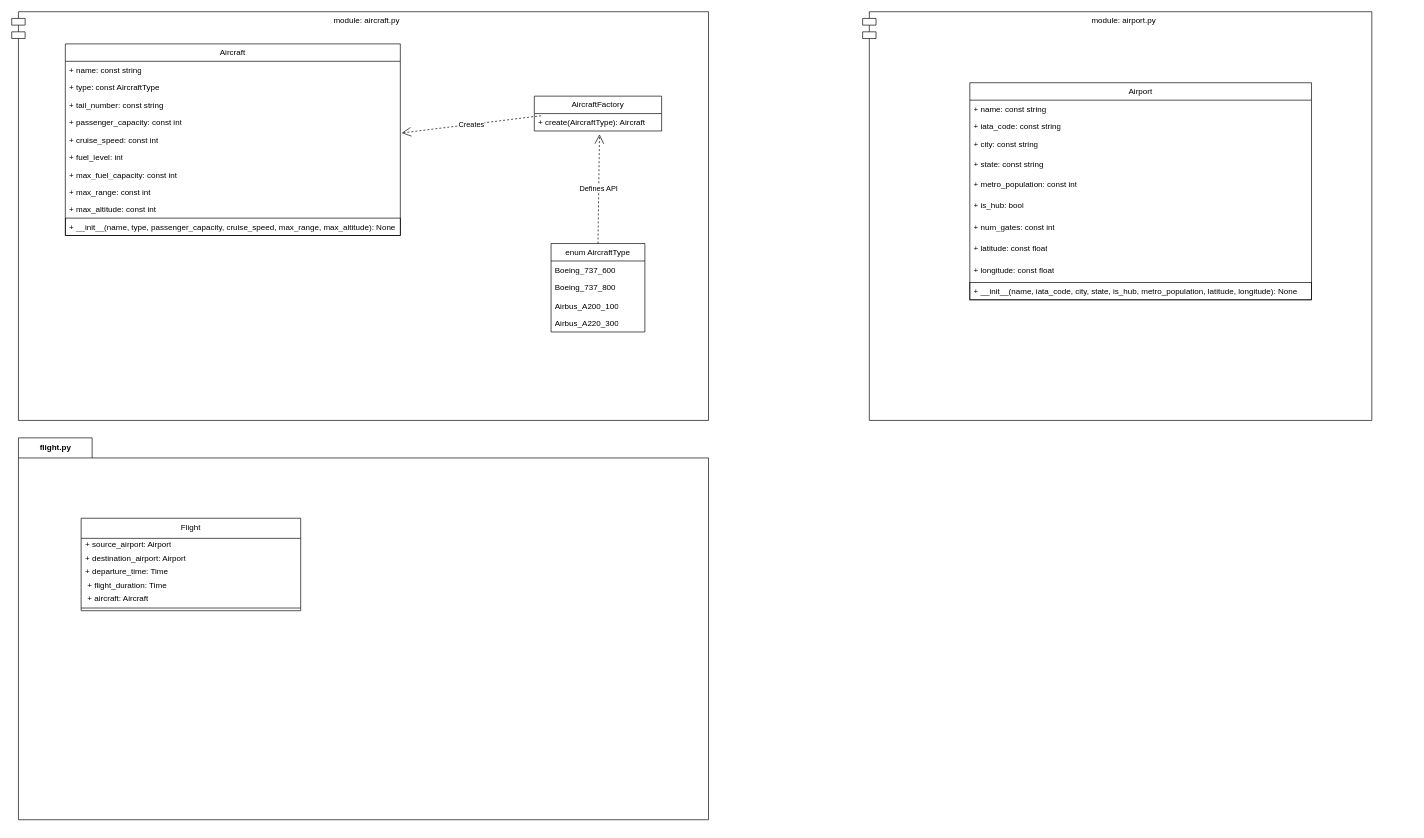
Above: docs/diagrams/classes.drawio in CoreyMLawrence/Comfort-Airlines (draw.io), before the change. Source tidied: cells renumbered, new cells numbered last; positions are measured from the earlier drawing's top-left corner, leaving out a move shared by most shapes. Both pictures are drawn from the tidied source at 67%, with x=0, y=0 at pixel (11, 11).
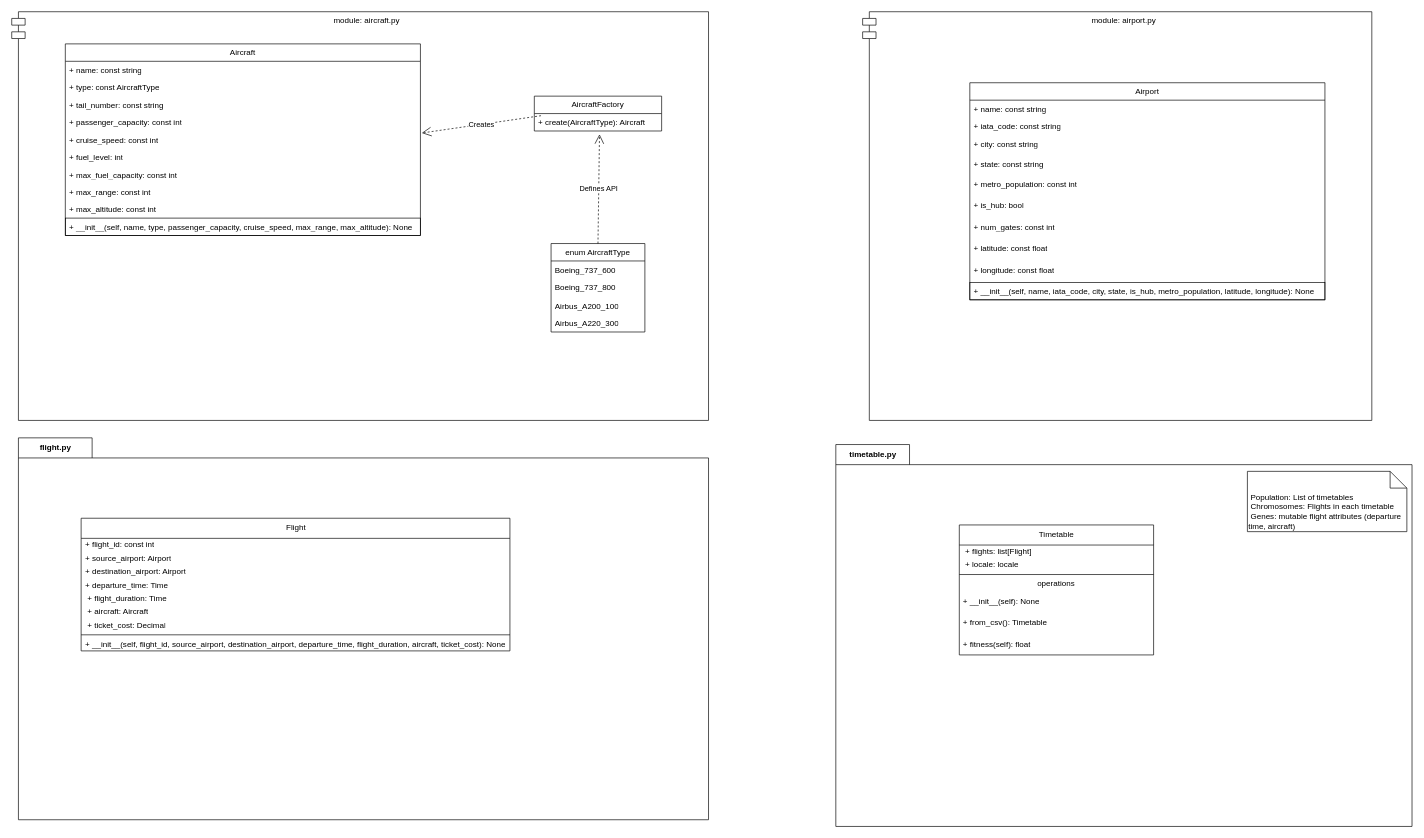
Above is the later version.

The change refers to these unchanged cells:
```xml
<mxCell id="35" value="flight.py" style="shape=folder;fontStyle=1;tabWidth=110;tabHeight=30;tabPosition=left;html=1;boundedLbl=1;labelInHeader=1;" parent="1" vertex="1">
  <mxGeometry x="10" y="636" width="1030" height="570" as="geometry" />
</mxCell>
```

What changed in the source:
```diff
@@
     <mxCell id="4" value="Aircraft" style="swimlane;fontStyle=0;horizontal=1;startSize=26;fillColor=none;whiteSpace=wrap;html=1;" parent="1" vertex="1">
-      <mxGeometry x="80" y="48" width="500" height="286" as="geometry" />
+      <mxGeometry x="80" y="48" width="530" height="286" as="geometry" />
     </mxCell>
     <mxCell id="5" value="+ name: const string" style="text;strokeColor=none;fillColor=none;align=left;verticalAlign=top;spacingLeft=4;spacingRight=4;overflow=hidden;whiteSpace=wrap;html=1;" parent="4" vertex="1">
-      <mxGeometry y="26" width="500" height="26" as="geometry" />
+      <mxGeometry y="26" width="530" height="26" as="geometry" />
     </mxCell>
     <mxCell id="6" value="+ type: const AircraftType" style="text;strokeColor=none;fillColor=none;align=left;verticalAlign=top;spacingLeft=4;spacingRight=4;overflow=hidden;whiteSpace=wrap;html=1;" parent="4" vertex="1">
-      <mxGeometry y="52" width="500" height="26" as="geometry" />
+      <mxGeometry y="52" width="530" height="26" as="geometry" />
     </mxCell>
     <mxCell id="7" value="+ tail_number: const string" style="text;strokeColor=none;fillColor=none;align=left;verticalAlign=top;spacingLeft=4;spacingRight=4;overflow=hidden;whiteSpace=wrap;html=1;" parent="4" vertex="1">
-      <mxGeometry y="78" width="500" height="26" as="geometry" />
+      <mxGeometry y="78" width="530" height="26" as="geometry" />
     </mxCell>
     <mxCell id="8" value="+ passenger_capacity: const int" style="text;strokeColor=none;fillColor=none;align=left;verticalAlign=top;spacingLeft=4;spacingRight=4;overflow=hidden;whiteSpace=wrap;html=1;" parent="4" vertex="1">
-      <mxGeometry y="104" width="500" height="26" as="geometry" />
+      <mxGeometry y="104" width="530" height="26" as="geometry" />
     </mxCell>
     <mxCell id="9" value="+ cruise_speed: const int" style="text;strokeColor=none;fillColor=none;align=left;verticalAlign=top;spacingLeft=4;spacingRight=4;overflow=hidden;points=[[0,0.5],[1,0.5]];portConstraint=eastwest;whiteSpace=wrap;html=1;" parent="4" vertex="1">
-      <mxGeometry y="130" width="500" height="26" as="geometry" />
+      <mxGeometry y="130" width="530" height="26" as="geometry" />
     </mxCell>
     <mxCell id="10" value="+ fuel_level: int" style="text;strokeColor=none;fillColor=none;align=left;verticalAlign=top;spacingLeft=4;spacingRight=4;overflow=hidden;whiteSpace=wrap;html=1;" parent="4" vertex="1">
-      <mxGeometry y="156" width="500" height="26" as="geometry" />
+      <mxGeometry y="156" width="530" height="26" as="geometry" />
     </mxCell>
     <mxCell id="11" value="+ max_fuel_capacity: const int" style="text;strokeColor=none;fillColor=none;align=left;verticalAlign=top;spacingLeft=4;spacingRight=4;overflow=hidden;whiteSpace=wrap;html=1;" parent="4" vertex="1">
-      <mxGeometry y="182" width="500" height="26" as="geometry" />
+      <mxGeometry y="182" width="530" height="26" as="geometry" />
     </mxCell>
     <mxCell id="12" value="+ max_range: const int" style="text;strokeColor=none;fillColor=none;align=left;verticalAlign=top;spacingLeft=4;spacingRight=4;overflow=hidden;whiteSpace=wrap;html=1;" parent="4" vertex="1">
-      <mxGeometry y="208" width="500" height="26" as="geometry" />
+      <mxGeometry y="208" width="530" height="26" as="geometry" />
     </mxCell>
     <mxCell id="13" value="+ max_altitude: const int" style="text;strokeColor=none;fillColor=none;align=left;verticalAlign=top;spacingLeft=4;spacingRight=4;overflow=hidden;whiteSpace=wrap;html=1;" parent="4" vertex="1">
-      <mxGeometry y="234" width="500" height="26" as="geometry" />
+      <mxGeometry y="234" width="530" height="26" as="geometry" />
     </mxCell>
-    <mxCell id="14" value="+ __init__(name, type, passenger_capacity, cruise_speed, max_range, max_altitude): None" style="text;strokeColor=default;fillColor=none;align=left;verticalAlign=top;spacingLeft=4;spacingRight=4;overflow=hidden;whiteSpace=wrap;html=1;" parent="4" vertex="1">
-      <mxGeometry y="260" width="500" height="26" as="geometry" />
+    <mxCell id="14" value="+ __init__(self, name, type, passenger_capacity, cruise_speed, max_range, max_altitude): None" style="text;strokeColor=default;fillColor=none;align=left;verticalAlign=top;spacingLeft=4;spacingRight=4;overflow=hidden;whiteSpace=wrap;html=1;" parent="4" vertex="1">
+      <mxGeometry y="260" width="530" height="26" as="geometry" />
     </mxCell>
     <mxCell id="15" value="Airport" style="swimlane;fontStyle=0;horizontal=1;startSize=26;fillColor=none;whiteSpace=wrap;html=1;" parent="1" vertex="1">
-      <mxGeometry x="1430" y="106" width="510" height="324" as="geometry" />
+      <mxGeometry x="1430" y="106" width="530" height="324" as="geometry" />
     </mxCell>
     <mxCell id="16" value="+ name: const string" style="text;strokeColor=none;fillColor=none;align=left;verticalAlign=top;spacingLeft=4;spacingRight=4;overflow=hidden;whiteSpace=wrap;html=1;" parent="15" vertex="1">
-      <mxGeometry y="26" width="510" height="26" as="geometry" />
+      <mxGeometry y="26" width="530" height="26" as="geometry" />
     </mxCell>
     <mxCell id="17" value="+ iata_code: const string" style="text;strokeColor=none;fillColor=none;align=left;verticalAlign=top;spacingLeft=4;spacingRight=4;overflow=hidden;whiteSpace=wrap;html=1;" parent="15" vertex="1">
-      <mxGeometry y="52" width="510" height="26" as="geometry" />
+      <mxGeometry y="52" width="530" height="26" as="geometry" />
     </mxCell>
     <mxCell id="18" value="+ city: const string" style="text;strokeColor=none;fillColor=none;align=left;verticalAlign=top;spacingLeft=4;spacingRight=4;overflow=hidden;whiteSpace=wrap;html=1;" parent="15" vertex="1">
-      <mxGeometry y="78" width="510" height="30" as="geometry" />
+      <mxGeometry y="78" width="530" height="30" as="geometry" />
     </mxCell>
     <mxCell id="19" value="+ state: const string" style="text;strokeColor=none;fillColor=none;align=left;verticalAlign=top;spacingLeft=4;spacingRight=4;overflow=hidden;whiteSpace=wrap;html=1;" parent="15" vertex="1">
-      <mxGeometry y="108" width="510" height="30" as="geometry" />
+      <mxGeometry y="108" width="530" height="30" as="geometry" />
     </mxCell>
     <mxCell id="20" value="+ metro_population: const int" style="text;strokeColor=none;fillColor=none;align=left;verticalAlign=top;spacingLeft=4;spacingRight=4;overflow=hidden;whiteSpace=wrap;html=1;" parent="15" vertex="1">
-      <mxGeometry y="138" width="510" height="32" as="geometry" />
+      <mxGeometry y="138" width="530" height="32" as="geometry" />
     </mxCell>
     <mxCell id="21" value="+ is_hub: bool" style="text;strokeColor=none;fillColor=none;align=left;verticalAlign=top;spacingLeft=4;spacingRight=4;overflow=hidden;whiteSpace=wrap;html=1;" parent="15" vertex="1">
-      <mxGeometry y="170" width="510" height="32" as="geometry" />
+      <mxGeometry y="170" width="530" height="32" as="geometry" />
     </mxCell>
     <mxCell id="22" value="+ num_gates: const int" style="text;strokeColor=none;fillColor=none;align=left;verticalAlign=top;spacingLeft=4;spacingRight=4;overflow=hidden;whiteSpace=wrap;html=1;" parent="15" vertex="1">
-      <mxGeometry y="202" width="510" height="32" as="geometry" />
+      <mxGeometry y="202" width="530" height="32" as="geometry" />
     </mxCell>
     <mxCell id="23" value="+ latitude: const float" style="text;strokeColor=none;fillColor=none;align=left;verticalAlign=top;spacingLeft=4;spacingRight=4;overflow=hidden;whiteSpace=wrap;html=1;" parent="15" vertex="1">
-      <mxGeometry y="234" width="510" height="32" as="geometry" />
+      <mxGeometry y="234" width="530" height="32" as="geometry" />
     </mxCell>
     <mxCell id="24" value="+ longitude: const float" style="text;strokeColor=none;fillColor=none;align=left;verticalAlign=top;spacingLeft=4;spacingRight=4;overflow=hidden;whiteSpace=wrap;html=1;" parent="15" vertex="1">
-      <mxGeometry y="266" width="510" height="32" as="geometry" />
+      <mxGeometry y="266" width="530" height="32" as="geometry" />
     </mxCell>
-    <mxCell id="25" value="+ __init__(name, iata_code, city, state, is_hub, metro_population, latitude, longitude): None" style="text;strokeColor=default;fillColor=none;align=left;verticalAlign=top;spacingLeft=4;spacingRight=4;overflow=hidden;whiteSpace=wrap;html=1;" parent="15" vertex="1">
-      <mxGeometry y="298" width="510" height="26" as="geometry" />
+    <mxCell id="25" value="+ __init__(self, name, iata_code, city, state, is_hub, metro_population, latitude, longitude): None" style="text;strokeColor=default;fillColor=none;align=left;verticalAlign=top;spacingLeft=4;spacingRight=4;overflow=hidden;whiteSpace=wrap;html=1;" parent="15" vertex="1">
+      <mxGeometry y="298" width="530" height="26" as="geometry" />
     </mxCell>
@@
     <mxCell id="37" value="Flight" style="swimlane;fontStyle=0;align=center;verticalAlign=top;horizontal=1;startSize=30;html=1;" parent="35" vertex="1">
-      <mxGeometry x="93.6" y="120" width="327.7" height="138" as="geometry" />
+      <mxGeometry x="93.6" y="120" width="640" height="198" as="geometry" />
     </mxCell>
+    <mxCell id="44" value="+ flight_id: const int" style="text;html=1;strokeColor=none;fillColor=none;align=left;verticalAlign=middle;spacingLeft=4;spacingRight=4;overflow=hidden;" parent="37" vertex="1">
+      <mxGeometry y="30" width="640" height="20" as="geometry" />
+    </mxCell>
     <mxCell id="38" value="+ source_airport: Airport" style="text;html=1;strokeColor=none;fillColor=none;align=left;verticalAlign=middle;spacingLeft=4;spacingRight=4;overflow=hidden;" parent="37" vertex="1">
-      <mxGeometry y="30" width="327.7" height="20" as="geometry" />
+      <mxGeometry y="50" width="640" height="20" as="geometry" />
     </mxCell>
     <mxCell id="39" value="+ destination_airport: Airport" style="text;html=1;strokeColor=none;fillColor=none;align=left;verticalAlign=middle;spacingLeft=4;spacingRight=4;overflow=hidden;" parent="37" vertex="1">
-      <mxGeometry y="50" width="327.7" height="20" as="geometry" />
+      <mxGeometry y="70" width="640" height="20" as="geometry" />
     </mxCell>
     <mxCell id="40" value="+ departure_time: Time" style="text;html=1;strokeColor=none;fillColor=none;align=left;verticalAlign=middle;spacingLeft=4;spacingRight=4;overflow=hidden;" parent="37" vertex="1">
-      <mxGeometry y="70" width="327.7" height="20" as="geometry" />
+      <mxGeometry y="90" width="640" height="20" as="geometry" />
     </mxCell>
     <mxCell id="41" value="&amp;nbsp;+ flight_duration: Time" style="text;html=1;strokeColor=none;fillColor=none;align=left;verticalAlign=middle;spacingLeft=4;spacingRight=4;overflow=hidden;" parent="37" vertex="1">
-      <mxGeometry y="90" width="327.7" height="20" as="geometry" />
+      <mxGeometry y="110" width="640" height="20" as="geometry" />
     </mxCell>
     <mxCell id="42" value="&amp;nbsp;+ aircraft: Aircraft" style="text;html=1;strokeColor=none;fillColor=none;align=left;verticalAlign=middle;spacingLeft=4;spacingRight=4;overflow=hidden;" parent="37" vertex="1">
-      <mxGeometry y="110" width="327.7" height="20" as="geometry" />
+      <mxGeometry y="130" width="640" height="20" as="geometry" />
     </mxCell>
+    <mxCell id="45" value="&amp;nbsp;+ ticket_cost: Decimal" style="text;html=1;strokeColor=none;fillColor=none;align=left;verticalAlign=middle;spacingLeft=4;spacingRight=4;overflow=hidden;" parent="37" vertex="1">
+      <mxGeometry y="150" width="640" height="20" as="geometry" />
+    </mxCell>
     <mxCell id="43" style="line;strokeWidth=1;fillColor=none;align=left;verticalAlign=middle;spacingTop=-1;spacingLeft=3;spacingRight=3;labelPosition=right;" parent="37" vertex="1">
-      <mxGeometry y="130" width="327.7" height="8" as="geometry" />
+      <mxGeometry y="170" width="640" height="8" as="geometry" />
     </mxCell>
+    <mxCell id="46" value="+ __init__(self, flight_id, source_airport, destination_airport, departure_time, flight_duration, aircraft, ticket_cost): None" style="text;html=1;strokeColor=none;fillColor=none;align=left;verticalAlign=middle;spacingLeft=4;spacingRight=4;overflow=hidden;" parent="37" vertex="1">
+      <mxGeometry y="178" width="640" height="20" as="geometry" />
+    </mxCell>
+    <mxCell id="47" value="timetable.py" style="shape=folder;fontStyle=1;tabWidth=110;tabHeight=30;tabPosition=left;html=1;boundedLbl=1;labelInHeader=1;" parent="1" vertex="1">
+      <mxGeometry x="1230" y="646" width="860" height="570" as="geometry" />
+    </mxCell>
+    <mxCell id="48" style="html=1;strokeColor=none;fillColor=none;" parent="47" vertex="1">
+      <mxGeometry width="860" height="399" relative="1" as="geometry">
+        <mxPoint y="30" as="offset" />
+      </mxGeometry>
+    </mxCell>
+    <mxCell id="49" value="Timetable" style="swimlane;fontStyle=0;align=center;verticalAlign=top;horizontal=1;startSize=30;html=1;" parent="47" vertex="1">
+      <mxGeometry x="184.3" y="120" width="290" height="194" as="geometry" />
+    </mxCell>
+    <mxCell id="50" value="&amp;nbsp;+ flights: list[Flight]" style="text;html=1;strokeColor=none;fillColor=none;align=left;verticalAlign=middle;spacingLeft=4;spacingRight=4;overflow=hidden;" parent="49" vertex="1">
+      <mxGeometry y="30" width="290" height="20" as="geometry" />
+    </mxCell>
+    <mxCell id="51" value="&amp;nbsp;+ locale: locale" style="text;html=1;strokeColor=none;fillColor=none;align=left;verticalAlign=middle;spacingLeft=4;spacingRight=4;overflow=hidden;" parent="49" vertex="1">
+      <mxGeometry y="50" width="290" height="20" as="geometry" />
+    </mxCell>
+    <mxCell id="52" style="line;strokeWidth=1;fillColor=none;align=left;verticalAlign=middle;spacingTop=-1;spacingLeft=3;spacingRight=3;labelPosition=right;" parent="49" vertex="1">
+      <mxGeometry y="70" width="290" height="8" as="geometry" />
+    </mxCell>
+    <mxCell id="53" value="operations" style="text;html=1;strokeColor=none;fillColor=none;align=center;verticalAlign=middle;spacingLeft=4;spacingRight=4;overflow=hidden;" parent="49" vertex="1">
+      <mxGeometry y="78" width="290" height="20" as="geometry" />
+    </mxCell>
+    <mxCell id="54" value="+ __init__(self): None" style="text;html=1;strokeColor=none;fillColor=none;align=left;verticalAlign=middle;spacingLeft=4;spacingRight=4;overflow=hidden;" parent="49" vertex="1">
+      <mxGeometry y="98" width="290" height="32" as="geometry" />
+    </mxCell>
+    <mxCell id="55" value="+ from_csv(): Timetable" style="text;html=1;strokeColor=none;fillColor=none;align=left;verticalAlign=middle;spacingLeft=4;spacingRight=4;overflow=hidden;" parent="49" vertex="1">
+      <mxGeometry y="130" width="290" height="32" as="geometry" />
+    </mxCell>
+    <mxCell id="56" value="+ fitness(self): float" style="text;html=1;strokeColor=none;fillColor=none;align=left;verticalAlign=middle;spacingLeft=4;spacingRight=4;overflow=hidden;" parent="49" vertex="1">
+      <mxGeometry y="162" width="290" height="32" as="geometry" />
+    </mxCell>
+    <mxCell id="57" value="&amp;nbsp;Population: List of timetables&lt;br&gt;&amp;nbsp;Chromosomes: Flights in each timetable&lt;br&gt;&amp;nbsp;Genes: mutable flight attributes (departure time, aircraft)" style="shape=note2;boundedLbl=1;whiteSpace=wrap;html=1;size=25;verticalAlign=top;align=left;" parent="47" vertex="1">
+      <mxGeometry x="614.3" y="40" width="238" height="90" as="geometry" />
+    </mxCell>
```
